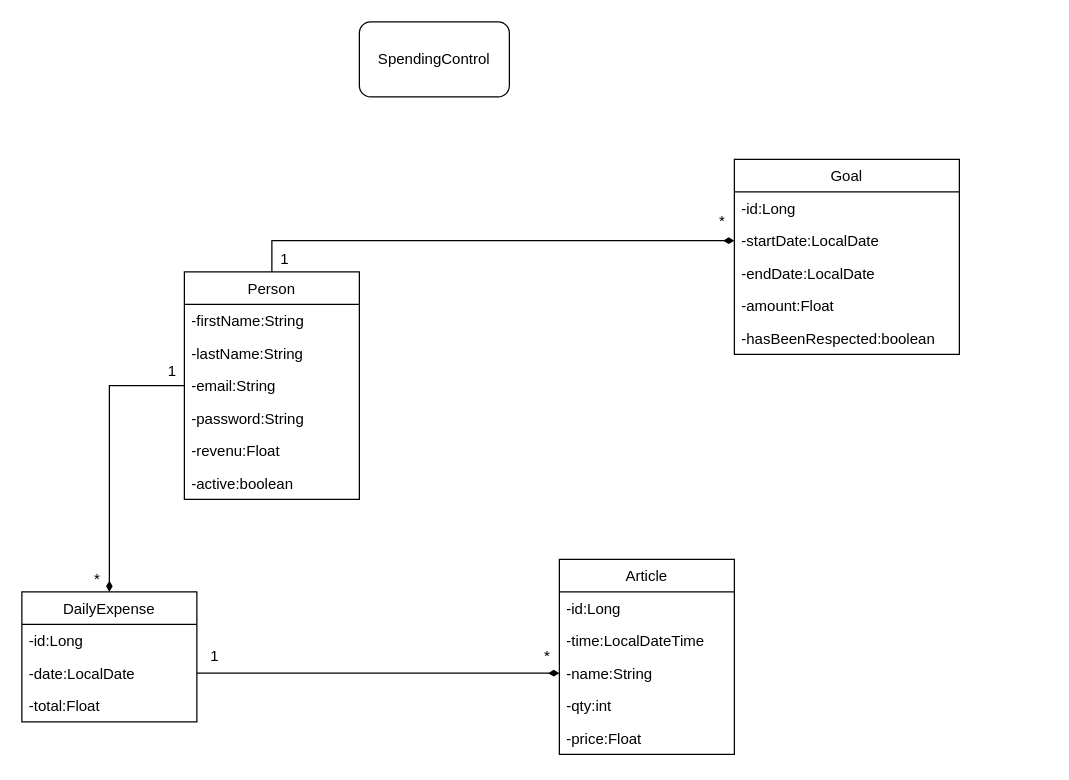
Moussa348/SavingVeilleTec keeps this draw.io diagram as spendingControlUML.drawio. Above is the earlier version. Source tidied: cells renumbered, new cells numbered last; positions are measured from the earlier drawing's top-left corner, leaving out a move shared by most shapes. Both pictures are drawn from the tidied source at 125%, with x=0, y=0 at pixel (21, 21).
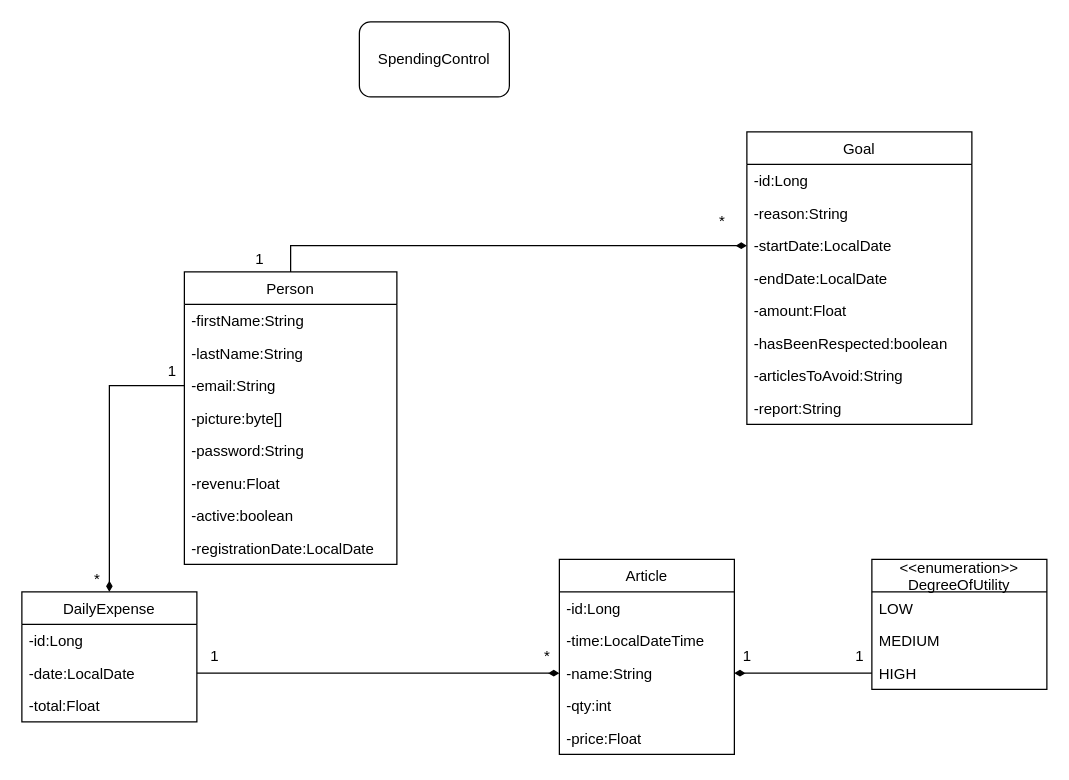
Above is the later version.

The change refers to these unchanged cells:
```xml
<mxCell id="18" value="-name:String" style="text;strokeColor=none;fillColor=none;align=left;verticalAlign=top;spacingLeft=4;spacingRight=4;overflow=hidden;points=[[0,0.5],[1,0.5]];portConstraint=eastwest;" parent="15" vertex="1">
  <mxGeometry y="78" width="140" height="26" as="geometry" />
</mxCell>
```

What changed in the source:
```diff
@@
     <mxCell id="3" value="Person" style="swimlane;fontStyle=0;horizontal=1;startSize=26;fillColor=none;" parent="1" vertex="1">
-      <mxGeometry x="130" y="200" width="140" height="182" as="geometry" />
+      <mxGeometry x="130" y="200" width="170" height="234" as="geometry" />
     </mxCell>
     <mxCell id="4" value="-firstName:String" style="text;strokeColor=none;fillColor=none;align=left;verticalAlign=top;spacingLeft=4;spacingRight=4;overflow=hidden;" parent="3" vertex="1">
-      <mxGeometry y="26" width="140" height="26" as="geometry" />
+      <mxGeometry y="26" width="170" height="26" as="geometry" />
     </mxCell>
     <mxCell id="5" value="-lastName:String" style="text;strokeColor=none;fillColor=none;align=left;verticalAlign=top;spacingLeft=4;spacingRight=4;overflow=hidden;" parent="3" vertex="1">
-      <mxGeometry y="52" width="140" height="26" as="geometry" />
+      <mxGeometry y="52" width="170" height="26" as="geometry" />
     </mxCell>
     <mxCell id="6" value="-email:String" style="text;strokeColor=none;fillColor=none;align=left;verticalAlign=top;spacingLeft=4;spacingRight=4;overflow=hidden;points=[[0,0.5],[1,0.5]];portConstraint=eastwest;" parent="3" vertex="1">
-      <mxGeometry y="78" width="140" height="26" as="geometry" />
+      <mxGeometry y="78" width="170" height="26" as="geometry" />
     </mxCell>
+    <mxCell id="35" value="-picture:byte[]" style="text;strokeColor=none;fillColor=none;align=left;verticalAlign=top;spacingLeft=4;spacingRight=4;overflow=hidden;" parent="3" vertex="1">
+      <mxGeometry y="104" width="170" height="26" as="geometry" />
+    </mxCell>
     <mxCell id="7" value="-password:String" style="text;strokeColor=none;fillColor=none;align=left;verticalAlign=top;spacingLeft=4;spacingRight=4;overflow=hidden;" parent="3" vertex="1">
-      <mxGeometry y="104" width="140" height="26" as="geometry" />
+      <mxGeometry y="130" width="170" height="26" as="geometry" />
     </mxCell>
     <mxCell id="8" value="-revenu:Float" style="text;strokeColor=none;fillColor=none;align=left;verticalAlign=top;spacingLeft=4;spacingRight=4;overflow=hidden;" parent="3" vertex="1">
-      <mxGeometry y="130" width="140" height="26" as="geometry" />
+      <mxGeometry y="156" width="170" height="26" as="geometry" />
     </mxCell>
     <mxCell id="9" value="-active:boolean" style="text;strokeColor=none;fillColor=none;align=left;verticalAlign=top;spacingLeft=4;spacingRight=4;overflow=hidden;" parent="3" vertex="1">
-      <mxGeometry y="156" width="140" height="26" as="geometry" />
+      <mxGeometry y="182" width="170" height="26" as="geometry" />
     </mxCell>
+    <mxCell id="36" value="-registrationDate:LocalDate" style="text;strokeColor=none;fillColor=none;align=left;verticalAlign=top;spacingLeft=4;spacingRight=4;overflow=hidden;" parent="3" vertex="1">
+      <mxGeometry y="208" width="170" height="26" as="geometry" />
+    </mxCell>
@@
     <mxCell id="26" value="Goal" style="swimlane;fontStyle=0;horizontal=1;startSize=26;fillColor=none;" parent="1" vertex="1">
-      <mxGeometry x="570" y="110" width="180" height="156" as="geometry" />
+      <mxGeometry x="580" y="88" width="180" height="234" as="geometry" />
     </mxCell>
@@
+    <mxCell id="37" value="-reason:String" style="text;strokeColor=none;fillColor=none;align=left;verticalAlign=top;spacingLeft=4;spacingRight=4;overflow=hidden;" parent="26" vertex="1">
+      <mxGeometry y="52" width="180" height="26" as="geometry" />
+    </mxCell>
     <mxCell id="28" value="-startDate:LocalDate" style="text;strokeColor=none;fillColor=none;align=left;verticalAlign=top;spacingLeft=4;spacingRight=4;overflow=hidden;points=[[0,0.5],[1,0.5]];portConstraint=eastwest;" parent="26" vertex="1">
-      <mxGeometry y="52" width="180" height="26" as="geometry" />
+      <mxGeometry y="78" width="180" height="26" as="geometry" />
     </mxCell>
     <mxCell id="29" value="-endDate:LocalDate" style="text;strokeColor=none;fillColor=none;align=left;verticalAlign=top;spacingLeft=4;spacingRight=4;overflow=hidden;" parent="26" vertex="1">
-      <mxGeometry y="78" width="180" height="26" as="geometry" />
+      <mxGeometry y="104" width="180" height="26" as="geometry" />
     </mxCell>
     <mxCell id="30" value="-amount:Float" style="text;strokeColor=none;fillColor=none;align=left;verticalAlign=top;spacingLeft=4;spacingRight=4;overflow=hidden;" parent="26" vertex="1">
-      <mxGeometry y="104" width="180" height="26" as="geometry" />
+      <mxGeometry y="130" width="180" height="26" as="geometry" />
     </mxCell>
     <mxCell id="31" value="-hasBeenRespected:boolean" style="text;strokeColor=none;fillColor=none;align=left;verticalAlign=top;spacingLeft=4;spacingRight=4;overflow=hidden;" parent="26" vertex="1">
-      <mxGeometry y="130" width="180" height="26" as="geometry" />
+      <mxGeometry y="156" width="180" height="26" as="geometry" />
     </mxCell>
+    <mxCell id="38" value="-articlesToAvoid:String" style="text;strokeColor=none;fillColor=none;align=left;verticalAlign=top;spacingLeft=4;spacingRight=4;overflow=hidden;" parent="26" vertex="1">
+      <mxGeometry y="182" width="180" height="26" as="geometry" />
+    </mxCell>
+    <mxCell id="39" value="-report:String" style="text;strokeColor=none;fillColor=none;align=left;verticalAlign=top;spacingLeft=4;spacingRight=4;overflow=hidden;" parent="26" vertex="1">
+      <mxGeometry y="208" width="180" height="26" as="geometry" />
+    </mxCell>
     <mxCell id="32" value="1" style="text;html=1;align=center;verticalAlign=middle;strokeColor=none;" parent="1" vertex="1">
-      <mxGeometry x="200" y="180" width="20" height="20" as="geometry" />
+      <mxGeometry x="180" y="180" width="20" height="20" as="geometry" />
     </mxCell>
@@
+    <mxCell id="40" value="&lt;&lt;enumeration&gt;&gt;&#10;DegreeOfUtility" style="swimlane;fontStyle=0;horizontal=1;startSize=26;fillColor=none;" parent="1" vertex="1">
+      <mxGeometry x="680" y="430" width="140" height="104" as="geometry" />
+    </mxCell>
+    <mxCell id="41" value="LOW" style="text;strokeColor=none;fillColor=none;align=left;verticalAlign=top;spacingLeft=4;spacingRight=4;overflow=hidden;" parent="40" vertex="1">
+      <mxGeometry y="26" width="140" height="26" as="geometry" />
+    </mxCell>
+    <mxCell id="42" value="MEDIUM" style="text;strokeColor=none;fillColor=none;align=left;verticalAlign=top;spacingLeft=4;spacingRight=4;overflow=hidden;" parent="40" vertex="1">
+      <mxGeometry y="52" width="140" height="26" as="geometry" />
+    </mxCell>
+    <mxCell id="43" value="HIGH" style="text;strokeColor=none;fillColor=none;align=left;verticalAlign=top;spacingLeft=4;spacingRight=4;overflow=hidden;points=[[0,0.5],[1,0.5]];portConstraint=eastwest;" parent="40" vertex="1">
+      <mxGeometry y="78" width="140" height="26" as="geometry" />
+    </mxCell>
+    <mxCell id="44" style="edgeStyle=orthogonalEdgeStyle;rounded=0;jettySize=auto;html=1;exitX=1;exitY=0.5;exitDx=0;exitDy=0;entryX=0;entryY=0.5;entryDx=0;entryDy=0;startArrow=diamondThin;startFill=1;endArrow=none;endFill=0;" parent="1" edge="1" source="18" target="43">
+      <mxGeometry relative="1" as="geometry" />
+    </mxCell>
+    <mxCell id="45" value="1" style="text;html=1;align=center;verticalAlign=middle;strokeColor=none;" parent="1" vertex="1">
+      <mxGeometry x="570" y="498" width="20" height="20" as="geometry" />
+    </mxCell>
+    <mxCell id="46" value="1" style="text;html=1;align=center;verticalAlign=middle;strokeColor=none;" parent="1" vertex="1">
+      <mxGeometry x="660" y="498" width="20" height="20" as="geometry" />
+    </mxCell>
```
